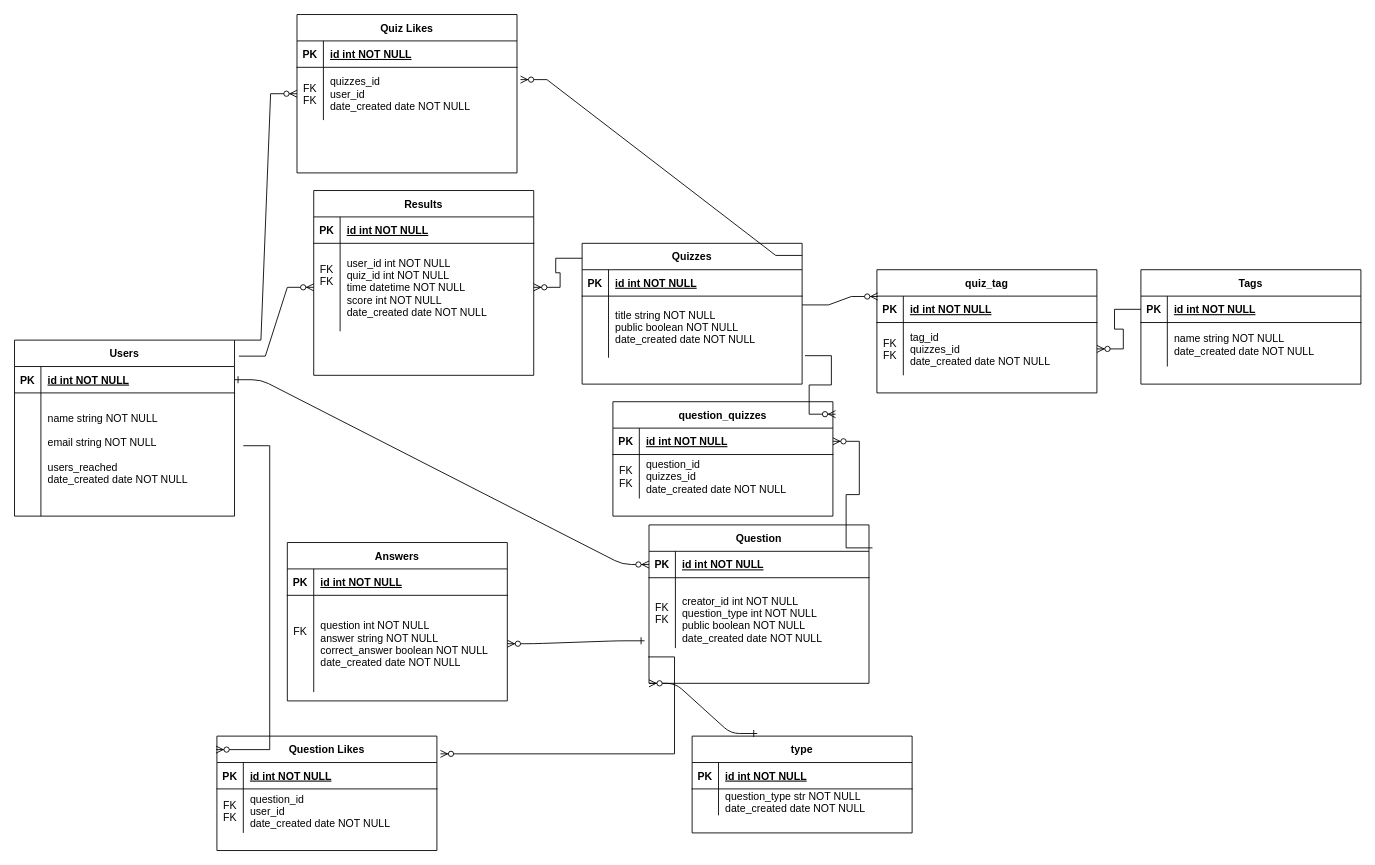
Earlier version of the draw.io diagram page "Page-1" (1 of 2) of docs/StudyAI_ERD.drawio (chingu-voyages/v46-tier3-team-39). Source tidied: cells renumbered, new cells numbered last; positions are measured from the earlier drawing's top-left corner, leaving out a move shared by most shapes. Both pictures are drawn from the tidied source at 88%, with x=0, y=0 at pixel (14, 14).
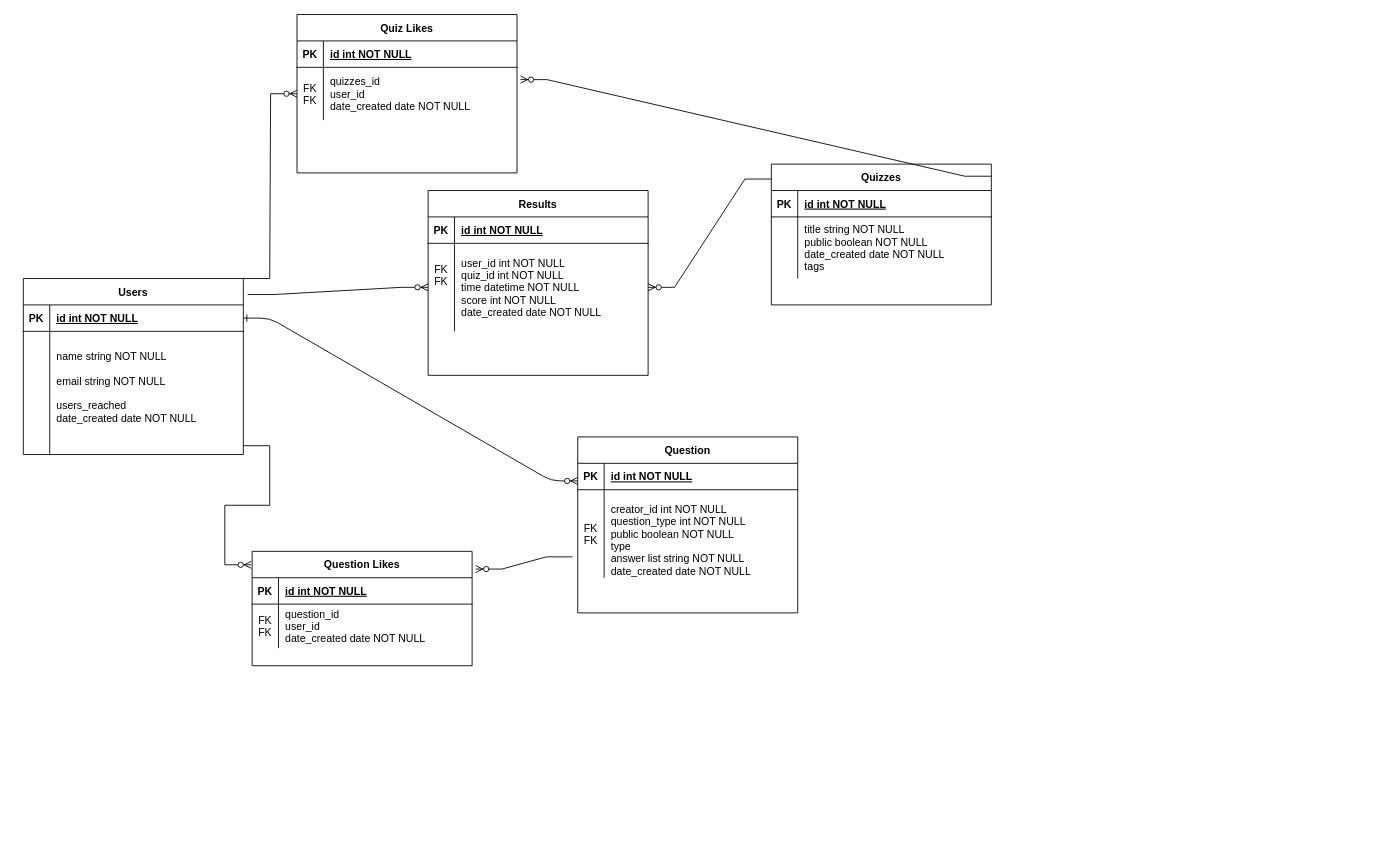
The same page after the edit.

Unchanged cells that the change refers to:
```xml
<mxCell id="7" style="shape=partialRectangle;fillColor=none;points=[[0,0.5],[1,0.5]];portConstraint=eastwest;top=0;left=0;right=0;bottom=0;" parent="3" vertex="1">
  <mxGeometry y="60" width="250" height="70" as="geometry" />
</mxCell>
```

What changed in the source:
```diff
@@
     <mxCell id="3" value="Quizzes" style="shape=table;startSize=30;childLayout=tableLayout;rowLines=0;fontStyle=1;align=center;" parent="1" vertex="1">
-      <mxGeometry x="645" y="260" width="250" height="160" as="geometry" />
+      <mxGeometry x="860" y="170" width="250" height="160" as="geometry" />
     </mxCell>
@@
-    <mxCell id="9" value="title string NOT NULL&#10;public boolean NOT NULL&#10;date_created date NOT NULL" style="shape=partialRectangle;overflow=hidden;fillColor=none;top=0;left=0;bottom=0;right=0;align=left;spacingLeft=6;" parent="7" vertex="1">
+    <mxCell id="9" value="title string NOT NULL&#10;public boolean NOT NULL&#10;date_created date NOT NULL&#10;tags" style="shape=partialRectangle;overflow=hidden;fillColor=none;top=0;left=0;bottom=0;right=0;align=left;spacingLeft=6;" parent="7" vertex="1">
       <mxGeometry x="30" width="220" height="70" as="geometry" />
     </mxCell>
     <mxCell id="10" value="Users" style="shape=table;startSize=30;childLayout=tableLayout;rowLines=0;fontStyle=1;align=center;" parent="1" vertex="1">
-      <mxGeometry y="370" width="250" height="200" as="geometry" />
+      <mxGeometry x="10" y="300" width="250" height="200" as="geometry" />
     </mxCell>
@@
-    <mxCell id="17" value="Answers" style="shape=table;startSize=30;childLayout=tableLayout;rowLines=0;fontStyle=1;align=center;" parent="1" vertex="1">
-      <mxGeometry x="310" y="600" width="250" height="180" as="geometry" />
-    </mxCell>
-    <mxCell id="18" style="shape=partialRectangle;fillColor=none;top=0;left=0;right=0;bottom=1;" parent="17" vertex="1">
-      <mxGeometry y="30" width="250" height="30" as="geometry" />
-    </mxCell>
-    <mxCell id="19" value="PK" style="shape=partialRectangle;overflow=hidden;fillColor=none;top=0;left=0;bottom=0;right=0;fontStyle=1;" parent="18" vertex="1">
-      <mxGeometry width="30" height="30" as="geometry" />
-    </mxCell>
-    <mxCell id="20" value="id int NOT NULL " style="shape=partialRectangle;overflow=hidden;fillColor=none;top=0;left=0;bottom=0;right=0;align=left;spacingLeft=6;fontStyle=5;" parent="18" vertex="1">
-      <mxGeometry x="30" width="220" height="30" as="geometry" />
-    </mxCell>
-    <mxCell id="21" style="shape=partialRectangle;fillColor=none;points=[[0,0.5],[1,0.5]];portConstraint=eastwest;top=0;left=0;right=0;bottom=0;" parent="17" vertex="1">
-      <mxGeometry y="60" width="250" height="110" as="geometry" />
-    </mxCell>
-    <mxCell id="22" value="FK&#10;&#10;" style="shape=partialRectangle;overflow=hidden;fillColor=none;top=0;left=0;bottom=0;right=0;" parent="21" vertex="1">
-      <mxGeometry width="30" height="110" as="geometry" />
-    </mxCell>
-    <mxCell id="23" value="question int NOT NULL&#10;answer string NOT NULL&#10;correct_answer boolean NOT NULL&#10;date_created date NOT NULL" style="shape=partialRectangle;overflow=hidden;fillColor=none;top=0;left=0;bottom=0;right=0;align=left;spacingLeft=6;" parent="21" vertex="1">
-      <mxGeometry x="30" width="220" height="110" as="geometry" />
-    </mxCell>
-    <mxCell id="24" value="type" style="shape=table;startSize=30;childLayout=tableLayout;rowLines=0;fontStyle=1;align=center;" parent="1" vertex="1">
-      <mxGeometry x="770" y="820" width="250" height="110" as="geometry" />
-    </mxCell>
-    <mxCell id="25" style="shape=partialRectangle;fillColor=none;top=0;left=0;right=0;bottom=1;" parent="24" vertex="1">
-      <mxGeometry y="30" width="250" height="30" as="geometry" />
-    </mxCell>
-    <mxCell id="26" value="PK" style="shape=partialRectangle;overflow=hidden;fillColor=none;top=0;left=0;bottom=0;right=0;fontStyle=1;" parent="25" vertex="1">
-      <mxGeometry width="30" height="30" as="geometry" />
-    </mxCell>
-    <mxCell id="27" value="id int NOT NULL " style="shape=partialRectangle;overflow=hidden;fillColor=none;top=0;left=0;bottom=0;right=0;align=left;spacingLeft=6;fontStyle=5;" parent="25" vertex="1">
-      <mxGeometry x="30" width="220" height="30" as="geometry" />
-    </mxCell>
-    <mxCell id="28" style="shape=partialRectangle;fillColor=none;top=0;left=0;right=0;bottom=0;" parent="24" vertex="1">
-      <mxGeometry y="60" width="250" height="30" as="geometry" />
-    </mxCell>
-    <mxCell id="29" style="shape=partialRectangle;overflow=hidden;fillColor=none;top=0;left=0;bottom=0;right=0;" parent="28" vertex="1">
-      <mxGeometry width="30" height="30" as="geometry" />
-    </mxCell>
-    <mxCell id="30" value="question_type str NOT NULL&#10;date_created date NOT NULL" style="shape=partialRectangle;overflow=hidden;fillColor=none;top=0;left=0;bottom=0;right=0;align=left;spacingLeft=6;" parent="28" vertex="1">
-      <mxGeometry x="30" width="220" height="30" as="geometry" />
-    </mxCell>
     <mxCell id="31" value="Question" style="shape=table;startSize=30;childLayout=tableLayout;rowLines=0;fontStyle=1;align=center;" parent="1" vertex="1">
-      <mxGeometry x="721" y="580" width="250" height="180" as="geometry" />
+      <mxGeometry x="640" y="480" width="250" height="200" as="geometry" />
     </mxCell>
@@
     <mxCell id="35" style="shape=partialRectangle;fillColor=none;points=[[0,0.5],[1,0.5]];portConstraint=eastwest;top=0;left=0;right=0;bottom=0;" parent="31" vertex="1">
-      <mxGeometry y="60" width="250" height="80" as="geometry" />
+      <mxGeometry y="60" width="250" height="100" as="geometry" />
     </mxCell>
     <mxCell id="36" value="&#10;FK&#10;FK&#10;" style="shape=partialRectangle;overflow=hidden;fillColor=none;top=0;left=0;bottom=0;right=0;" parent="35" vertex="1">
-      <mxGeometry width="30" height="80" as="geometry" />
+      <mxGeometry width="30" height="100" as="geometry" />
     </mxCell>
-    <mxCell id="37" value="&#10;creator_id int NOT NULL&#10;question_type int NOT NULL&#10;public boolean NOT NULL&#10;date_created date NOT NULL" style="shape=partialRectangle;overflow=hidden;fillColor=none;top=0;left=0;bottom=0;right=0;align=left;spacingLeft=6;" parent="35" vertex="1">
-      <mxGeometry x="30" width="220" height="80" as="geometry" />
+    <mxCell id="37" value="&#10;creator_id int NOT NULL&#10;question_type int NOT NULL&#10;public boolean NOT NULL&#10;type&#10;answer list string NOT NULL&#10;date_created date NOT NULL" style="shape=partialRectangle;overflow=hidden;fillColor=none;top=0;left=0;bottom=0;right=0;align=left;spacingLeft=6;" parent="35" vertex="1">
+      <mxGeometry x="30" width="220" height="100" as="geometry" />
     </mxCell>
-    <mxCell id="38" style="edgeStyle=entityRelationEdgeStyle;endArrow=ERzeroToMany;startArrow=ERone;endFill=1;startFill=0;exitX=-0.02;exitY=0.896;exitDx=0;exitDy=0;exitPerimeter=0;entryX=1;entryY=0.5;entryDx=0;entryDy=0;" parent="1" edge="1" source="35" target="21">
-      <mxGeometry relative="1" as="geometry">
-        <Array as="points">
-          <mxPoint x="570" y="600" />
-        </Array>
-      </mxGeometry>
-    </mxCell>
-    <mxCell id="39" style="edgeStyle=entityRelationEdgeStyle;endArrow=ERzeroToMany;startArrow=ERone;endFill=1;startFill=0;exitX=0.296;exitY=-0.027;exitDx=0;exitDy=0;exitPerimeter=0;entryX=0;entryY=1;entryDx=0;entryDy=0;" parent="1" edge="1" source="24" target="31">
-      <mxGeometry relative="1" as="geometry">
-        <Array as="points">
-          <mxPoint x="350" y="830" />
-        </Array>
-      </mxGeometry>
-    </mxCell>
-    <mxCell id="40" value="question_quizzes" style="shape=table;startSize=30;childLayout=tableLayout;rowLines=0;fontStyle=1;align=center;" parent="1" vertex="1">
-      <mxGeometry x="680" y="440" width="250" height="130" as="geometry" />
-    </mxCell>
-    <mxCell id="41" style="shape=partialRectangle;fillColor=none;points=[[0,0.5],[1,0.5]];portConstraint=eastwest;top=0;left=0;right=0;bottom=1;" parent="40" vertex="1">
-      <mxGeometry y="30" width="250" height="30" as="geometry" />
-    </mxCell>
-    <mxCell id="42" value="PK" style="shape=partialRectangle;overflow=hidden;fillColor=none;top=0;left=0;bottom=0;right=0;fontStyle=1;" parent="41" vertex="1">
-      <mxGeometry width="30" height="30" as="geometry" />
-    </mxCell>
-    <mxCell id="43" value="id int NOT NULL " style="shape=partialRectangle;overflow=hidden;fillColor=none;top=0;left=0;bottom=0;right=0;align=left;spacingLeft=6;fontStyle=5;" parent="41" vertex="1">
-      <mxGeometry x="30" width="220" height="30" as="geometry" />
-    </mxCell>
-    <mxCell id="44" style="shape=partialRectangle;fillColor=none;top=0;left=0;right=0;bottom=0;" parent="40" vertex="1">
-      <mxGeometry y="60" width="250" height="50" as="geometry" />
-    </mxCell>
-    <mxCell id="45" value="FK&#10;FK" style="shape=partialRectangle;overflow=hidden;fillColor=none;top=0;left=0;bottom=0;right=0;" parent="44" vertex="1">
-      <mxGeometry width="30" height="50" as="geometry" />
-    </mxCell>
-    <mxCell id="46" value="question_id&#10;quizzes_id&#10;date_created date NOT NULL" style="shape=partialRectangle;overflow=hidden;fillColor=none;top=0;left=0;bottom=0;right=0;align=left;spacingLeft=6;" parent="44" vertex="1">
-      <mxGeometry x="30" width="220" height="50" as="geometry" />
-    </mxCell>
-    <mxCell id="47" style="edgeStyle=entityRelationEdgeStyle;fontSize=12;html=1;endArrow=ERzeroToMany;endFill=1;rounded=0;exitX=1.016;exitY=0.145;exitDx=0;exitDy=0;exitPerimeter=0;entryX=1;entryY=0.5;entryDx=0;entryDy=0;" parent="1" edge="1" source="31" target="41">
-      <mxGeometry relative="1" as="geometry" />
-    </mxCell>
-    <mxCell id="48" style="edgeStyle=entityRelationEdgeStyle;fontSize=12;html=1;endArrow=ERzeroToMany;endFill=1;rounded=0;exitX=1.013;exitY=0.967;exitDx=0;exitDy=0;exitPerimeter=0;entryX=1.012;entryY=0.109;entryDx=0;entryDy=0;entryPerimeter=0;" parent="1" edge="1" source="7" target="40">
-      <mxGeometry relative="1" as="geometry" />
-    </mxCell>
     <mxCell id="49" value="Results" style="shape=table;startSize=30;childLayout=tableLayout;rowLines=0;fontStyle=1;align=center;" parent="1" vertex="1">
-      <mxGeometry x="340" y="200" width="250" height="210" as="geometry" />
+      <mxGeometry x="470" y="200" width="250" height="210" as="geometry" />
     </mxCell>
@@
-    <mxCell id="58" value="Tags" style="shape=table;startSize=30;childLayout=tableLayout;rowLines=0;fontStyle=1;align=center;" parent="1" vertex="1">
-      <mxGeometry x="1280" y="290" width="250" height="130" as="geometry" />
-    </mxCell>
-    <mxCell id="59" style="shape=partialRectangle;fillColor=none;points=[[0,0.5],[1,0.5]];portConstraint=eastwest;top=0;left=0;right=0;bottom=1;" parent="58" vertex="1">
-      <mxGeometry y="30" width="250" height="30" as="geometry" />
-    </mxCell>
-    <mxCell id="60" value="PK" style="shape=partialRectangle;overflow=hidden;fillColor=none;top=0;left=0;bottom=0;right=0;fontStyle=1;" parent="59" vertex="1">
-      <mxGeometry width="30" height="30" as="geometry" />
-    </mxCell>
-    <mxCell id="61" value="id int NOT NULL " style="shape=partialRectangle;overflow=hidden;fillColor=none;top=0;left=0;bottom=0;right=0;align=left;spacingLeft=6;fontStyle=5;" parent="59" vertex="1">
-      <mxGeometry x="30" width="220" height="30" as="geometry" />
-    </mxCell>
-    <mxCell id="62" style="shape=partialRectangle;fillColor=none;top=0;left=0;right=0;bottom=0;" parent="58" vertex="1">
-      <mxGeometry y="60" width="250" height="50" as="geometry" />
-    </mxCell>
-    <mxCell id="63" style="shape=partialRectangle;overflow=hidden;fillColor=none;top=0;left=0;bottom=0;right=0;" parent="62" vertex="1">
-      <mxGeometry width="30" height="50" as="geometry" />
-    </mxCell>
-    <mxCell id="64" value="name string NOT NULL&#10;date_created date NOT NULL" style="shape=partialRectangle;overflow=hidden;fillColor=none;top=0;left=0;bottom=0;right=0;align=left;spacingLeft=6;" parent="62" vertex="1">
-      <mxGeometry x="30" width="220" height="50" as="geometry" />
-    </mxCell>
-    <mxCell id="65" value="quiz_tag" style="shape=table;startSize=30;childLayout=tableLayout;rowLines=0;fontStyle=1;align=center;" parent="1" vertex="1">
-      <mxGeometry x="980" y="290" width="250" height="140" as="geometry" />
-    </mxCell>
-    <mxCell id="66" style="shape=partialRectangle;fillColor=none;points=[[0,0.5],[1,0.5]];portConstraint=eastwest;top=0;left=0;right=0;bottom=1;" parent="65" vertex="1">
-      <mxGeometry y="30" width="250" height="30" as="geometry" />
-    </mxCell>
-    <mxCell id="67" value="PK" style="shape=partialRectangle;overflow=hidden;fillColor=none;top=0;left=0;bottom=0;right=0;fontStyle=1;" parent="66" vertex="1">
-      <mxGeometry width="30" height="30" as="geometry" />
-    </mxCell>
-    <mxCell id="68" value="id int NOT NULL " style="shape=partialRectangle;overflow=hidden;fillColor=none;top=0;left=0;bottom=0;right=0;align=left;spacingLeft=6;fontStyle=5;" parent="66" vertex="1">
-      <mxGeometry x="30" width="220" height="30" as="geometry" />
-    </mxCell>
-    <mxCell id="69" style="shape=partialRectangle;fillColor=none;points=[[0,0.5],[1,0.5]];portConstraint=eastwest;top=0;left=0;right=0;bottom=0;" parent="65" vertex="1">
-      <mxGeometry y="60" width="250" height="60" as="geometry" />
-    </mxCell>
-    <mxCell id="70" value="FK&#10;FK" style="shape=partialRectangle;overflow=hidden;fillColor=none;top=0;left=0;bottom=0;right=0;" parent="69" vertex="1">
-      <mxGeometry width="30" height="60" as="geometry" />
-    </mxCell>
-    <mxCell id="71" value="tag_id&#10;quizzes_id&#10;date_created date NOT NULL" style="shape=partialRectangle;overflow=hidden;fillColor=none;top=0;left=0;bottom=0;right=0;align=left;spacingLeft=6;" parent="69" vertex="1">
-      <mxGeometry x="30" width="220" height="60" as="geometry" />
-    </mxCell>
-    <mxCell id="72" style="edgeStyle=entityRelationEdgeStyle;fontSize=12;html=1;endArrow=ERzeroToMany;endFill=1;rounded=0;entryX=0.004;entryY=0.014;entryDx=0;entryDy=0;entryPerimeter=0;" parent="1" edge="1" target="66">
-      <mxGeometry relative="1" as="geometry">
-        <mxPoint x="895" y="330" as="sourcePoint" />
-      </mxGeometry>
-    </mxCell>
-    <mxCell id="73" style="edgeStyle=entityRelationEdgeStyle;fontSize=12;html=1;endArrow=ERzeroToMany;endFill=1;rounded=0;entryX=1;entryY=0.5;entryDx=0;entryDy=0;exitX=0;exitY=0.5;exitDx=0;exitDy=0;" parent="1" edge="1" source="59" target="69">
-      <mxGeometry relative="1" as="geometry" />
-    </mxCell>
@@
     <mxCell id="83" value="Question Likes" style="shape=table;startSize=30;childLayout=tableLayout;rowLines=0;fontStyle=1;align=center;" parent="1" vertex="1">
-      <mxGeometry x="230" y="820" width="250" height="130" as="geometry" />
+      <mxGeometry x="270" y="610" width="250" height="130" as="geometry" />
     </mxCell>
@@
-    <mxCell id="90" style="edgeStyle=entityRelationEdgeStyle;fontSize=12;html=1;endArrow=ERzeroToMany;endFill=1;rounded=0;entryX=1.016;entryY=0.155;entryDx=0;entryDy=0;entryPerimeter=0;" parent="1" edge="1" target="83">
-      <mxGeometry relative="1" as="geometry">
-        <mxPoint x="720" y="730" as="sourcePoint" />
-      </mxGeometry>
+    <mxCell id="90" style="edgeStyle=entityRelationEdgeStyle;fontSize=12;html=1;endArrow=ERzeroToMany;endFill=1;rounded=0;entryX=1.016;entryY=0.155;entryDx=0;entryDy=0;entryPerimeter=0;exitX=-0.023;exitY=0.763;exitDx=0;exitDy=0;exitPerimeter=0;" parent="1" edge="1" source="35" target="83">
+      <mxGeometry relative="1" as="geometry" />
     </mxCell>
```
